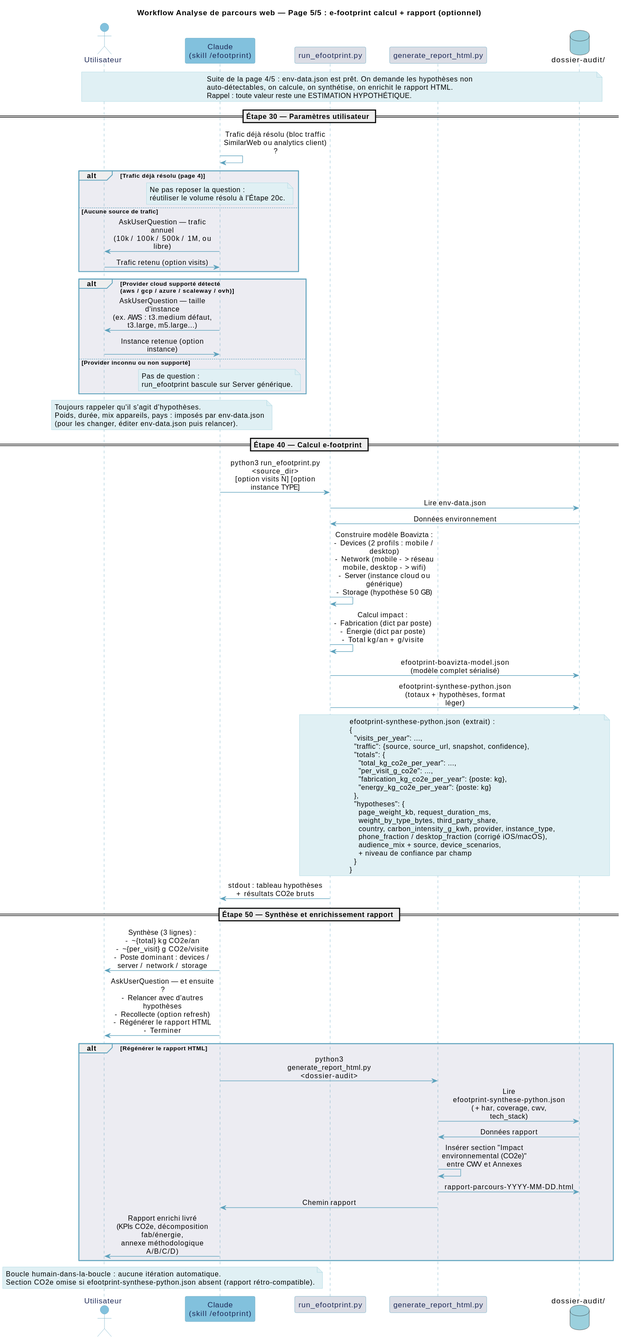
Before: documentation/diagrammes/analyse-parcours-p5.svg, a diagram exported from PlantUML (Boavizta/eroom).
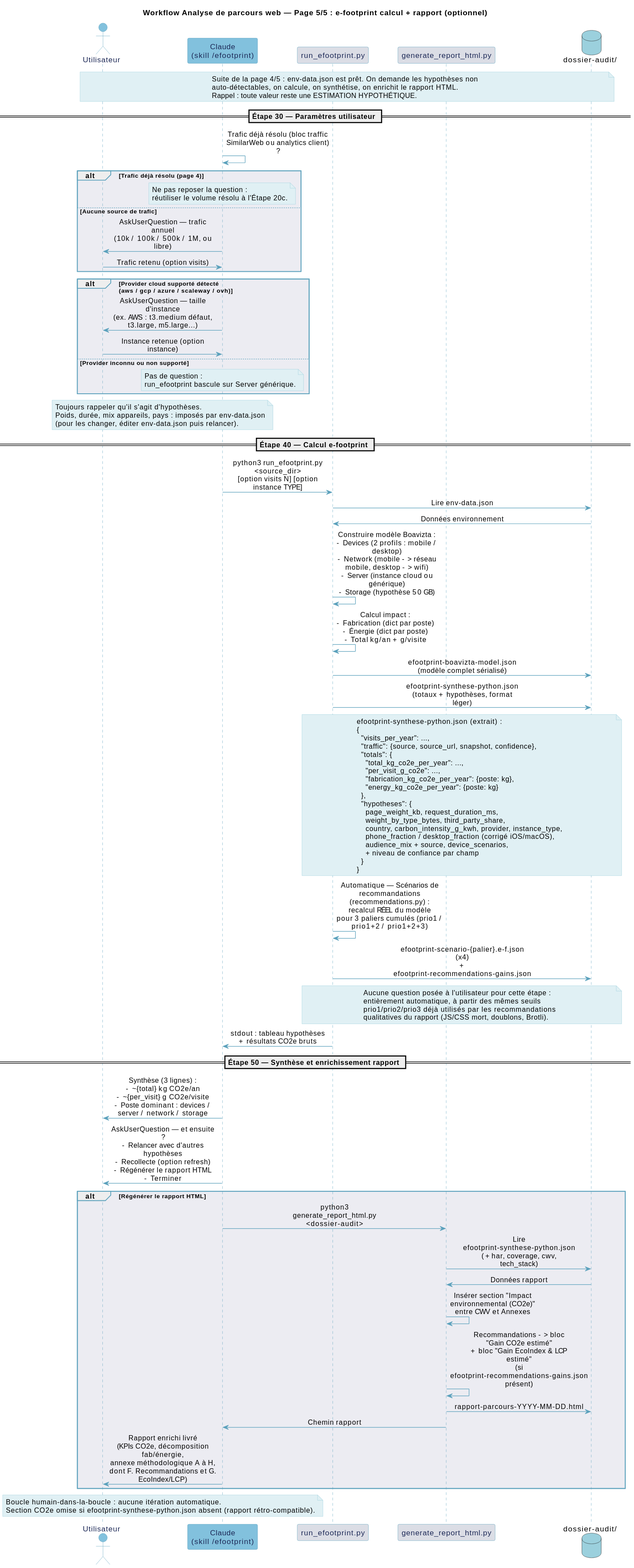
The same diagram one commit later.

Commit message:
docs(diagrammes): met a jour les diagrammes pour le gain EcoIndex/LCP

What changed in the source:
```diff
@@ -93,6 +93,16 @@
   }
 end note
 
+REF -> REF : Automatique — Scénarios de recommandations\n(recommendations.py) : recalcul RÉEL du modèle\npour 3 paliers cumulés (prio1 / prio1+2 / prio1+2+3)
+REF -> FS : efootprint-scenario-{palier}.e-f.json (x4)\n+ efootprint-recommendations-gains.json
+
+note over REF, FS
+  Aucune question posée à l'utilisateur pour cette étape :
+  entièrement automatique, à partir des mêmes seuils
+  prio1/prio2/prio3 déjà utilisés par les recommandations
+  qualitatives du rapport (JS/CSS mort, doublons, Brotli).
+end note
+
 REF -> C : stdout : tableau hypothèses\n+ résultats CO2e bruts
 
 == Étape 50 — Synthèse et enrichissement rapport ==
@@ -106,9 +116,10 @@
   GR -> FS : Lire efootprint-synthese-python.json\n(+ har, coverage, cwv, tech_stack)
   FS -> GR : Données rapport
   GR -> GR : Insérer section "Impact\nenvironnemental (CO2e)"\nentre CWV et Annexes
+  GR -> GR : Recommandations -> bloc "Gain CO2e estimé"\n+ bloc "Gain EcoIndex & LCP estimé"\n(si efootprint-recommendations-gains.json présent)
   GR -> FS : rapport-parcours-YYYY-MM-DD.html
   GR -> C : Chemin rapport
-  C -> U : Rapport enrichi livré\n(KPIs CO2e, décomposition fab/énergie,\nannexe méthodologique A/B/C/D)
+  C -> U : Rapport enrichi livré\n(KPIs CO2e, décomposition fab/énergie,\nannexe méthodologique A à H,\ndont F. Recommandations et G. EcoIndex/LCP)
 end
 
 note over U, C
```
